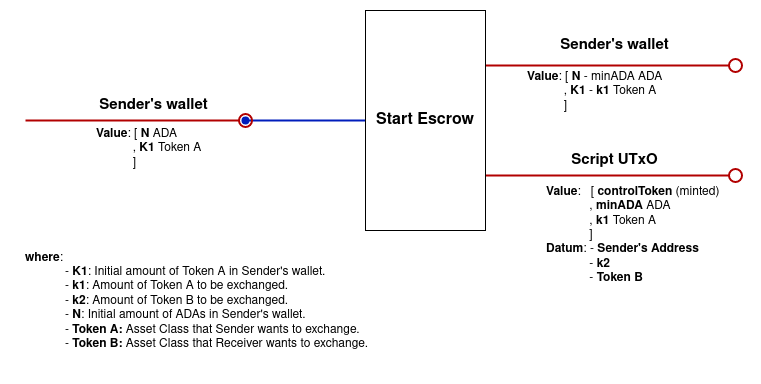
The draw.io diagram doc/img/startEscrow.png in mrpejker/cardano-e2e-example, before a commit. Source tidied: cells renumbered, new cells last; positions are measured from the earlier drawing's top-left corner, leaving out a move shared by most shapes.
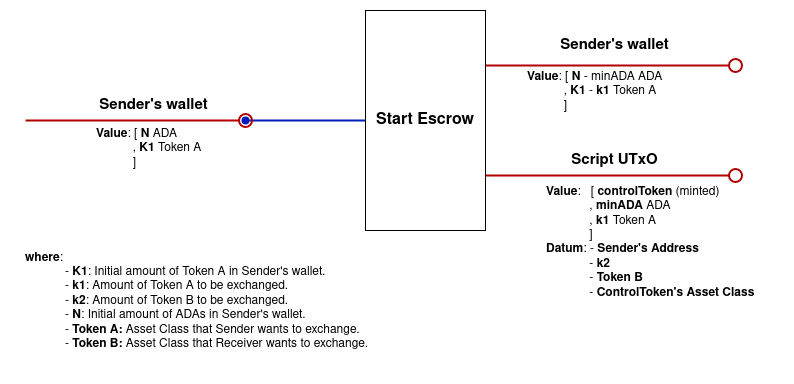
The same diagram one commit later.

Diff of the diagram source:
```diff
@@ -32,8 +32,8 @@
     <mxCell id="9" value="&lt;font style=&quot;font-size: 15px;&quot;&gt;&lt;b&gt;Script UTxO&lt;/b&gt;&lt;/font&gt;" style="text;html=1;align=center;verticalAlign=middle;strokeColor=none;fillColor=none;" parent="1" vertex="1">
       <mxGeometry x="536.3" y="135" width="110" height="30" as="geometry" />
     </mxCell>
-    <mxCell id="10" value="&lt;div style=&quot;caret-color: rgb(0, 0, 0); color: rgb(0, 0, 0); font-family: Helvetica; font-size: 12px; font-style: normal; font-variant-caps: normal; letter-spacing: normal; text-align: left; text-indent: 0px; text-transform: none; word-spacing: 0px; -webkit-text-stroke-width: 0px; text-decoration: none;&quot;&gt;&lt;span style=&quot;font-weight: 400;&quot;&gt;&lt;b&gt;Value&lt;/b&gt;: &amp;nbsp; [ &lt;b&gt;controlToken&lt;/b&gt;&lt;/span&gt;&lt;b&gt; &lt;/b&gt;(minted)&lt;br&gt;&lt;b&gt;&lt;/b&gt;&lt;span style=&quot;font-weight: 400;&quot;&gt;&amp;nbsp; &amp;nbsp; &amp;nbsp; &amp;nbsp; &amp;nbsp; &amp;nbsp; &amp;nbsp;, &lt;/span&gt;&lt;b&gt;minADA&lt;/b&gt;&amp;nbsp;ADA&lt;br&gt;&lt;span style=&quot;background-color: initial;&quot;&gt;&amp;nbsp; &amp;nbsp; &amp;nbsp; &amp;nbsp; &amp;nbsp; &amp;nbsp; &amp;nbsp;, &lt;/span&gt;&lt;b style=&quot;background-color: initial;&quot;&gt;k1&lt;/b&gt;&lt;span style=&quot;background-color: initial;&quot;&gt; Token A&lt;br&gt;&lt;/span&gt;&lt;/div&gt;&lt;div style=&quot;caret-color: rgb(0, 0, 0); color: rgb(0, 0, 0); font-family: Helvetica; font-size: 12px; font-style: normal; font-variant-caps: normal; letter-spacing: normal; text-align: left; text-indent: 0px; text-transform: none; word-spacing: 0px; -webkit-text-stroke-width: 0px; text-decoration: none;&quot;&gt;&lt;span style=&quot;background-color: initial;&quot;&gt;&amp;nbsp; &amp;nbsp; &amp;nbsp; &amp;nbsp; &amp;nbsp; &amp;nbsp; &amp;nbsp;]&lt;/span&gt;&lt;/div&gt;&lt;div style=&quot;caret-color: rgb(0, 0, 0); color: rgb(0, 0, 0); font-family: Helvetica; font-size: 12px; font-style: normal; font-variant-caps: normal; letter-spacing: normal; text-align: left; text-indent: 0px; text-transform: none; word-spacing: 0px; -webkit-text-stroke-width: 0px; text-decoration: none;&quot;&gt;&lt;span style=&quot;background-color: initial;&quot;&gt;&lt;b&gt;Datum&lt;/b&gt;: - &lt;b&gt;Sender's Address&lt;/b&gt;&lt;br&gt;&lt;/span&gt;&lt;span style=&quot;background-color: initial;&quot;&gt;&lt;/span&gt;&lt;/div&gt;&lt;span style=&quot;caret-color: rgb(0, 0, 0);&quot;&gt;&lt;span style=&quot;white-space: pre;&quot;&gt;&#9;&lt;/span&gt;&amp;nbsp; &amp;nbsp; &amp;nbsp;- &lt;/span&gt;&lt;b style=&quot;caret-color: rgb(0, 0, 0);&quot;&gt;k2&lt;/b&gt;&lt;span style=&quot;caret-color: rgb(0, 0, 0);&quot;&gt;&lt;/span&gt;&lt;div style=&quot;caret-color: rgb(0, 0, 0); color: rgb(0, 0, 0); font-family: Helvetica; font-size: 12px; font-style: normal; font-variant-caps: normal; letter-spacing: normal; text-align: left; text-indent: 0px; text-transform: none; word-spacing: 0px; -webkit-text-stroke-width: 0px; text-decoration: none;&quot;&gt;&amp;nbsp; &amp;nbsp; &amp;nbsp; &amp;nbsp; &amp;nbsp; &amp;nbsp; &amp;nbsp;- &lt;b&gt;Token B&lt;/b&gt;&lt;br&gt;&lt;/div&gt;&lt;div style=&quot;caret-color: rgb(0, 0, 0); color: rgb(0, 0, 0); font-family: Helvetica; font-size: 12px; font-style: normal; font-variant-caps: normal; letter-spacing: normal; text-align: left; text-indent: 0px; text-transform: none; word-spacing: 0px; -webkit-text-stroke-width: 0px; text-decoration: none;&quot;&gt;&lt;span style=&quot;&quot;&gt;&#9;&lt;/span&gt;&amp;nbsp; &amp;nbsp; &amp;nbsp;&lt;br&gt;&lt;/div&gt;" style="text;whiteSpace=wrap;html=1;fontSize=12;" parent="1" vertex="1">
-      <mxGeometry x="520.5" y="168" width="179.5" height="140" as="geometry" />
+    <mxCell id="10" value="&lt;div style=&quot;caret-color: rgb(0, 0, 0); color: rgb(0, 0, 0); font-family: Helvetica; font-size: 12px; font-style: normal; font-variant-caps: normal; letter-spacing: normal; text-align: left; text-indent: 0px; text-transform: none; word-spacing: 0px; -webkit-text-stroke-width: 0px; text-decoration: none;&quot;&gt;&lt;span style=&quot;font-weight: 400;&quot;&gt;&lt;b&gt;Value&lt;/b&gt;: &amp;nbsp; [ &lt;b&gt;controlToken&lt;/b&gt;&lt;/span&gt;&lt;b&gt; &lt;/b&gt;(minted)&lt;br&gt;&lt;b&gt;&lt;/b&gt;&lt;span style=&quot;font-weight: 400;&quot;&gt;&amp;nbsp; &amp;nbsp; &amp;nbsp; &amp;nbsp; &amp;nbsp; &amp;nbsp; &amp;nbsp;, &lt;/span&gt;&lt;b&gt;minADA&lt;/b&gt;&amp;nbsp;ADA&lt;br&gt;&lt;span style=&quot;background-color: initial;&quot;&gt;&amp;nbsp; &amp;nbsp; &amp;nbsp; &amp;nbsp; &amp;nbsp; &amp;nbsp; &amp;nbsp;, &lt;/span&gt;&lt;b style=&quot;background-color: initial;&quot;&gt;k1&lt;/b&gt;&lt;span style=&quot;background-color: initial;&quot;&gt; Token A&lt;br&gt;&lt;/span&gt;&lt;/div&gt;&lt;div style=&quot;caret-color: rgb(0, 0, 0); color: rgb(0, 0, 0); font-family: Helvetica; font-size: 12px; font-style: normal; font-variant-caps: normal; letter-spacing: normal; text-align: left; text-indent: 0px; text-transform: none; word-spacing: 0px; -webkit-text-stroke-width: 0px; text-decoration: none;&quot;&gt;&lt;span style=&quot;background-color: initial;&quot;&gt;&amp;nbsp; &amp;nbsp; &amp;nbsp; &amp;nbsp; &amp;nbsp; &amp;nbsp; &amp;nbsp;]&lt;/span&gt;&lt;/div&gt;&lt;div style=&quot;caret-color: rgb(0, 0, 0); color: rgb(0, 0, 0); font-family: Helvetica; font-size: 12px; font-style: normal; font-variant-caps: normal; letter-spacing: normal; text-align: left; text-indent: 0px; text-transform: none; word-spacing: 0px; -webkit-text-stroke-width: 0px; text-decoration: none;&quot;&gt;&lt;span style=&quot;background-color: initial;&quot;&gt;&lt;b&gt;Datum&lt;/b&gt;: - &lt;b&gt;Sender's Address&lt;/b&gt;&lt;br&gt;&lt;/span&gt;&lt;span style=&quot;background-color: initial;&quot;&gt;&lt;/span&gt;&lt;/div&gt;&lt;span style=&quot;caret-color: rgb(0, 0, 0);&quot;&gt;&lt;span style=&quot;white-space: pre;&quot;&gt;&#9;&lt;/span&gt;&amp;nbsp; &amp;nbsp; &amp;nbsp;- &lt;/span&gt;&lt;b style=&quot;caret-color: rgb(0, 0, 0);&quot;&gt;k2&lt;/b&gt;&lt;span style=&quot;caret-color: rgb(0, 0, 0);&quot;&gt;&lt;/span&gt;&lt;div style=&quot;caret-color: rgb(0, 0, 0); color: rgb(0, 0, 0); font-family: Helvetica; font-size: 12px; font-style: normal; font-variant-caps: normal; letter-spacing: normal; text-align: left; text-indent: 0px; text-transform: none; word-spacing: 0px; -webkit-text-stroke-width: 0px; text-decoration: none;&quot;&gt;&amp;nbsp; &amp;nbsp; &amp;nbsp; &amp;nbsp; &amp;nbsp; &amp;nbsp; &amp;nbsp;- &lt;b&gt;Token B&lt;/b&gt;&lt;/div&gt;&lt;div style=&quot;caret-color: rgb(0, 0, 0); color: rgb(0, 0, 0); font-family: Helvetica; font-size: 12px; font-style: normal; font-variant-caps: normal; letter-spacing: normal; text-align: left; text-indent: 0px; text-transform: none; word-spacing: 0px; -webkit-text-stroke-width: 0px; text-decoration: none;&quot;&gt;&amp;nbsp;&amp;nbsp;&amp;nbsp;&amp;nbsp;&amp;nbsp;&amp;nbsp;&amp;nbsp;&amp;nbsp;&amp;nbsp;&amp;nbsp;&amp;nbsp;&amp;nbsp; - &lt;b&gt;Control&lt;span style=&quot;white-space: pre;&quot;&gt;&lt;/span&gt;Token's&lt;/b&gt; &lt;b&gt;Asset Class&lt;/b&gt;&lt;br&gt;&lt;/div&gt;&lt;div style=&quot;caret-color: rgb(0, 0, 0); color: rgb(0, 0, 0); font-family: Helvetica; font-size: 12px; font-style: normal; font-variant-caps: normal; letter-spacing: normal; text-align: left; text-indent: 0px; text-transform: none; word-spacing: 0px; -webkit-text-stroke-width: 0px; text-decoration: none;&quot;&gt;&lt;span style=&quot;&quot;&gt;&#9;&lt;/span&gt;&amp;nbsp; &amp;nbsp; &amp;nbsp;&lt;br&gt;&lt;/div&gt;" style="text;whiteSpace=wrap;html=1;fontSize=12;" parent="1" vertex="1">
+      <mxGeometry x="520.5" y="168" width="239.5" height="140" as="geometry" />
     </mxCell>
     <mxCell id="11" style="edgeStyle=none;rounded=0;orthogonalLoop=1;jettySize=auto;html=1;startArrow=none;startFill=0;endArrow=oval;endFill=0;strokeColor=#B20000;fillColor=#e51400;strokeWidth=2;endSize=13;" parent="1" edge="1">
       <mxGeometry relative="1" as="geometry">
```
